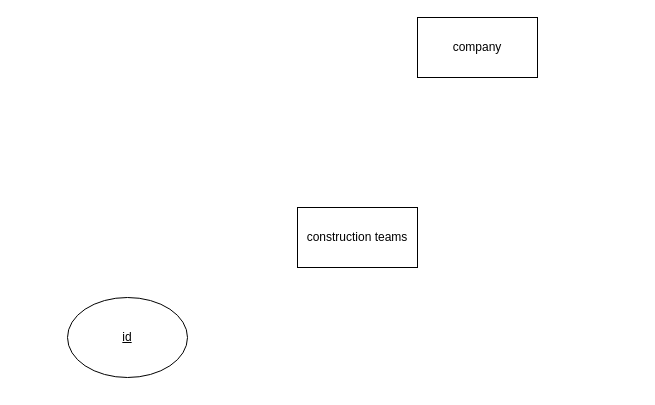
Earlier version of the draw.io diagram ER diagram&Relational Model.drawio (AudreyYZY/COMP9311). Source tidied: cells renumbered, new cells numbered last; positions are measured from the earlier drawing's top-left corner, leaving out a move shared by most shapes. Both pictures are drawn from the tidied source at 100%, with x=0, y=0 at pixel (67, 17).
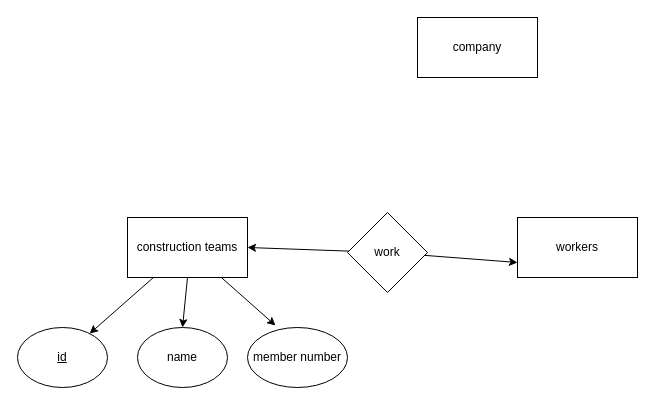
The same diagram, later.

What changed in the source:
```diff
@@
 <mxGraphModel>
   <root>
     <mxCell id="0" />
     <mxCell id="1" parent="0" />
     <mxCell id="2" value="company" style="rounded=0;whiteSpace=wrap;html=1;" parent="1" vertex="1">
       <mxGeometry x="350" width="120" height="60" as="geometry" />
     </mxCell>
+    <mxCell id="5" style="rounded=0;jettySize=auto;html=1;" parent="1" edge="1" source="3" target="4">
+      <mxGeometry relative="1" as="geometry" />
+    </mxCell>
+    <mxCell id="6" style="rounded=0;jettySize=auto;html=1;exitX=0.5;exitY=1;exitDx=0;exitDy=0;entryX=0.5;entryY=0;entryDx=0;entryDy=0;" parent="1" edge="1" source="3" target="7">
+      <mxGeometry relative="1" as="geometry" />
+    </mxCell>
     <mxCell id="3" value="construction teams" style="whiteSpace=wrap;html=1;" parent="1" vertex="1">
-      <mxGeometry x="230" y="190" width="120" height="60" as="geometry" />
+      <mxGeometry x="60" y="200" width="120" height="60" as="geometry" />
     </mxCell>
     <mxCell id="4" value="&lt;u&gt;id&lt;/u&gt;" style="ellipse;whiteSpace=wrap;html=1;" parent="1" vertex="1">
-      <mxGeometry y="280" width="120" height="80" as="geometry" />
+      <mxGeometry x="-50" y="310" width="90" height="60" as="geometry" />
     </mxCell>
+    <mxCell id="7" value="name" style="ellipse;whiteSpace=wrap;html=1;" parent="1" vertex="1">
+      <mxGeometry x="70" y="310" width="90" height="60" as="geometry" />
+    </mxCell>
+    <mxCell id="8" value="member number" style="ellipse;whiteSpace=wrap;html=1;" parent="1" vertex="1">
+      <mxGeometry x="180" y="310" width="100" height="60" as="geometry" />
+    </mxCell>
+    <mxCell id="9" style="rounded=0;jettySize=auto;html=1;entryX=0.28;entryY=-0.033;entryDx=0;entryDy=0;entryPerimeter=0;" parent="1" edge="1" source="3" target="8">
+      <mxGeometry relative="1" as="geometry" />
+    </mxCell>
+    <mxCell id="10" value="workers" style="rounded=0;whiteSpace=wrap;html=1;" parent="1" vertex="1">
+      <mxGeometry x="450" y="200" width="120" height="60" as="geometry" />
+    </mxCell>
+    <mxCell id="11" style="rounded=0;jettySize=auto;html=1;entryX=1;entryY=0.5;entryDx=0;entryDy=0;" parent="1" edge="1" source="13" target="3">
+      <mxGeometry relative="1" as="geometry" />
+    </mxCell>
+    <mxCell id="12" style="rounded=0;jettySize=auto;html=1;entryX=0;entryY=0.75;entryDx=0;entryDy=0;" parent="1" edge="1" source="13" target="10">
+      <mxGeometry relative="1" as="geometry" />
+    </mxCell>
+    <mxCell id="13" value="work" style="rhombus;whiteSpace=wrap;html=1;" parent="1" vertex="1">
+      <mxGeometry x="280" y="195" width="80" height="80" as="geometry" />
+    </mxCell>
   </root>
 </mxGraphModel>
```
